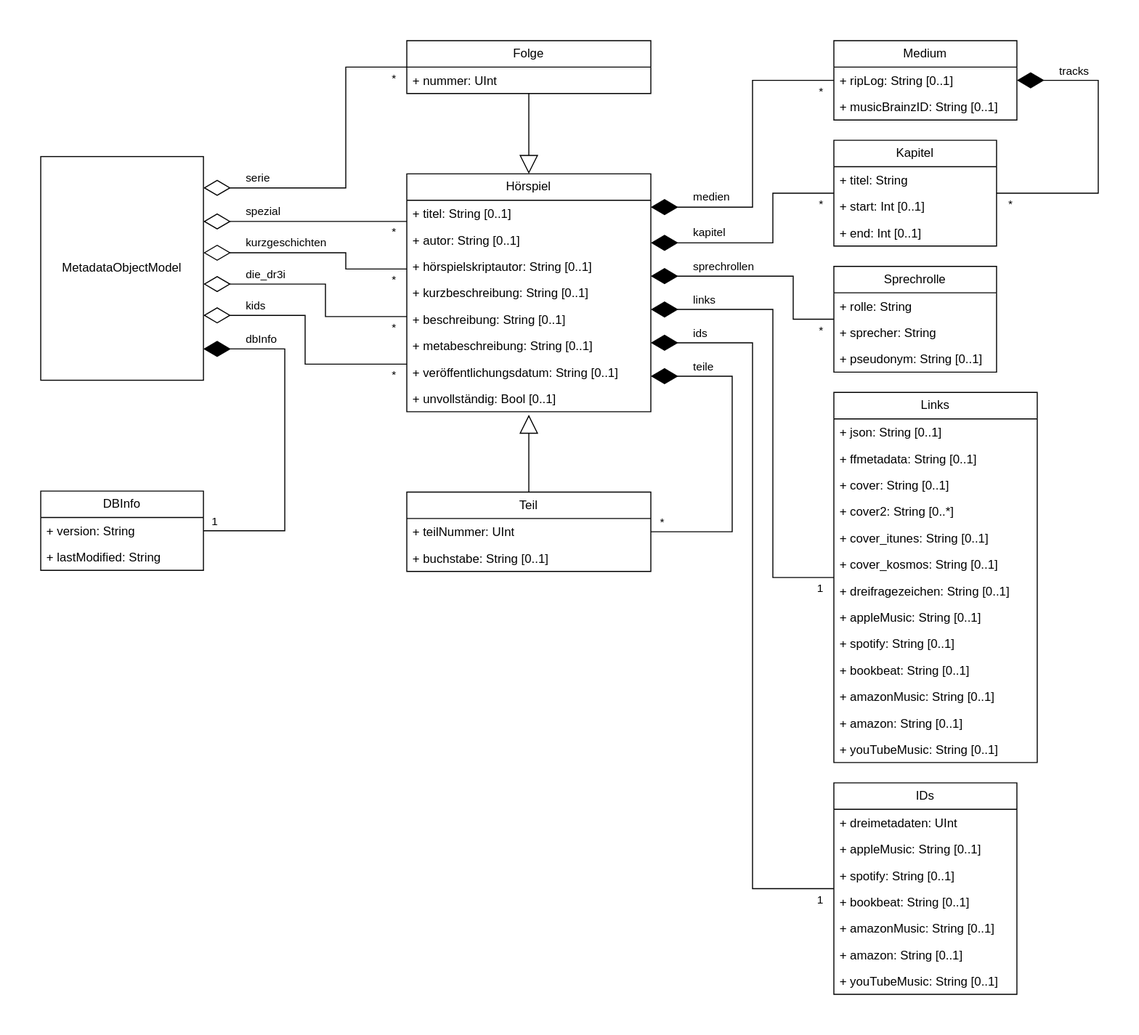
The draw.io diagram model/objectModel.svg in YourMJK/dreimetadaten, before a commit. Source tidied: cells renumbered, new cells last; positions are measured from the earlier drawing's top-left corner, leaving out a move shared by most shapes.
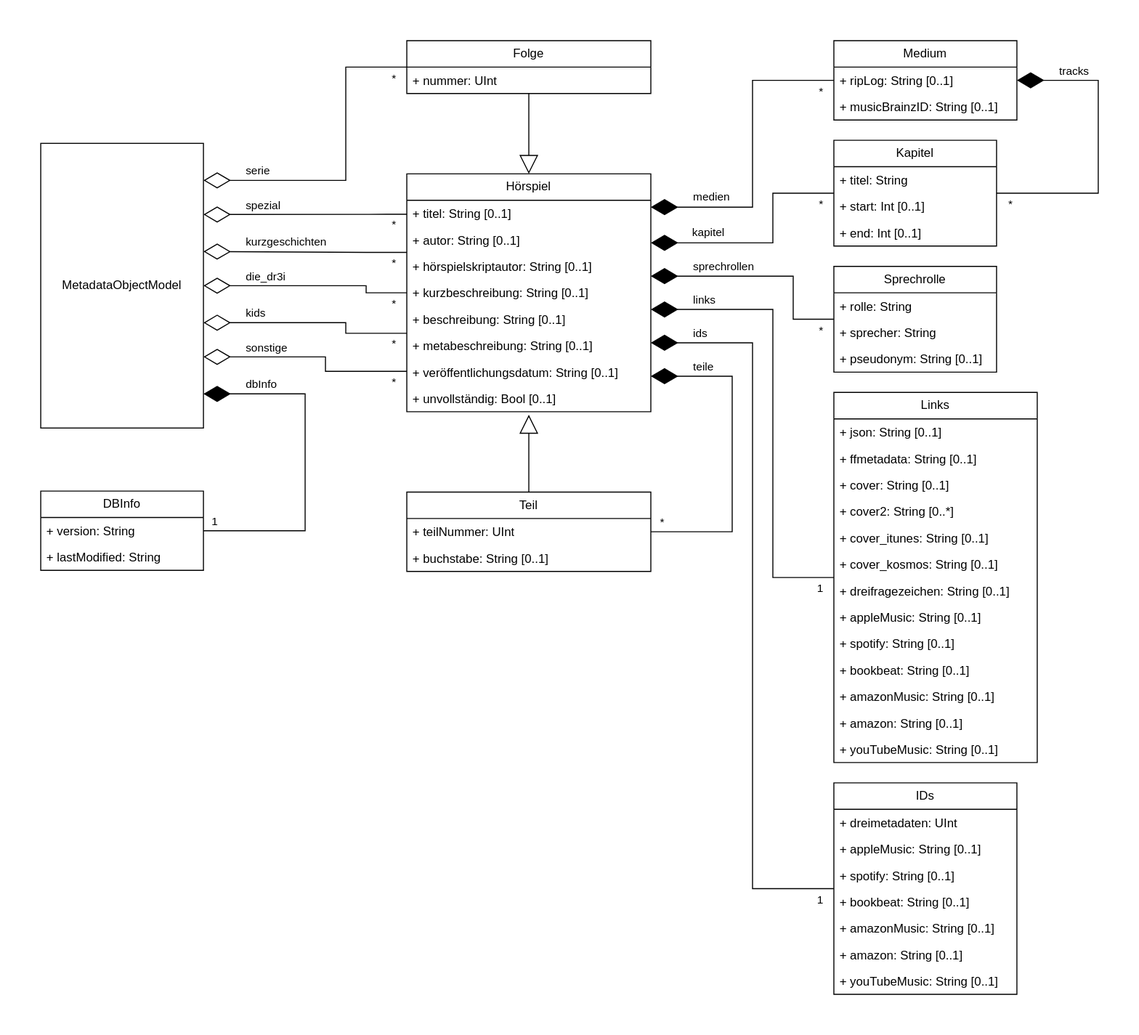
After the commit.

Commit message:
code: Added "sonstige" collection to models

What changed in the source:
```diff
@@ -2,10 +2,10 @@
   <root>
     <mxCell id="0" />
     <mxCell id="1" parent="0" />
-    <mxCell id="2" value="MetadataObjectModel" style="html=1;whiteSpace=wrap;points=[[0,0,0,0,0],[0,0.25,0,0,0],[0,0.5,0,0,0],[0,0.75,0,0,0],[0,1,0,0,0],[0.25,0,0,0,0],[0.25,1,0,0,0],[0.5,0,0,0,0],[0.5,1,0,0,0],[0.75,0,0,0,0],[0.75,1,0,0,0],[1,0,0,0,0],[1,0.14,0,0,0],[1,0.29,0,0,0],[1,0.43,0,0,0],[1,0.57,0,0,0],[1,0.71,0,0,0],[1,0.86,0,0,0],[1,1,0,0,0]];" parent="1" vertex="1">
-      <mxGeometry y="114" width="160" height="220" as="geometry" />
+    <mxCell id="2" value="MetadataObjectModel" style="html=1;whiteSpace=wrap;points=[[0,0,0,0,0],[0,0.25,0,0,0],[0,0.5,0,0,0],[0,0.75,0,0,0],[0,1,0,0,0],[0.25,0,0,0,0],[0.25,1,0,0,0],[0.5,0,0,0,0],[0.5,1,0,0,0],[0.75,0,0,0,0],[0.75,1,0,0,0],[1,0,0,0,0],[1,0.13,0,0,0],[1,0.25,0,0,0],[1,0.38,0,0,0],[1,0.5,0,0,0],[1,0.63,0,0,0],[1,0.75,0,0,0],[1,0.88,0,0,0],[1,1,0,0,0]];" parent="1" vertex="1">
+      <mxGeometry y="101" width="160" height="280" as="geometry" />
     </mxCell>
-    <mxCell id="3" value="Hörspiel" style="swimlane;fontStyle=0;horizontal=1;startSize=26;fillColor=none;whiteSpace=wrap;html=1;points=[[0,0,0,0,0],[0,0.2,0,0,0],[0,0.4,0,0,0],[0,0.6,0,0,0],[0,0.8,0,0,0],[0,1,0,0,0],[0.25,0,0,0,0],[0.25,1,0,0,0],[0.5,0,0,0,0],[0.5,1,0,0,0],[0.75,0,0,0,0],[0.75,1,0,0,0],[1,0,0,0,0],[1,0.14,0,0,0],[1,0.29,0,0,0],[1,0.43,0,0,0],[1,0.57,0,0,0],[1,0.71,0,0,0],[1,0.85,0,0,0],[1,1,0,0,0]];" parent="1" vertex="1">
+    <mxCell id="3" value="Hörspiel" style="swimlane;fontStyle=0;horizontal=1;startSize=26;fillColor=none;whiteSpace=wrap;html=1;points=[[0,0,0,0,0],[0,0.17,0,0,0],[0,0.33,0,0,0],[0,0.5,0,0,0],[0,0.67,0,0,0],[0,0.83,0,0,0],[0,1,0,0,0],[0.25,0,0,0,0],[0.25,1,0,0,0],[0.5,0,0,0,0],[0.5,1,0,0,0],[0.75,0,0,0,0],[0.75,1,0,0,0],[1,0,0,0,0],[1,0.14,0,0,0],[1,0.29,0,0,0],[1,0.43,0,0,0],[1,0.57,0,0,0],[1,0.71,0,0,0],[1,0.85,0,0,0],[1,1,0,0,0]];" parent="1" vertex="1">
       <mxGeometry x="360" y="131" width="240" height="234" as="geometry" />
     </mxCell>
     <mxCell id="4" value="+ titel: String [0..1]" style="text;strokeColor=none;fillColor=none;align=left;verticalAlign=top;spacingLeft=4;spacingRight=4;overflow=hidden;whiteSpace=wrap;html=1;" parent="3" vertex="1">
@@ -41,7 +41,7 @@
     <mxCell id="14" style="endArrow=block;endSize=16;endFill=0;html=1;rounded=0;jumpStyle=none;flowAnimation=0;edgeStyle=elbowEdgeStyle;elbow=vertical;entryX=0.5;entryY=0;entryDx=0;entryDy=0;entryPerimeter=0;" parent="1" edge="1" source="12" target="3">
       <mxGeometry relative="1" as="geometry" />
     </mxCell>
-    <mxCell id="15" style="endArrow=diamondThin;endFill=0;endSize=24;html=1;rounded=0;edgeStyle=elbowEdgeStyle;entryX=1;entryY=0.14;entryDx=0;entryDy=0;entryPerimeter=0;exitX=0;exitY=0.5;exitDx=0;exitDy=0;exitPerimeter=0;" parent="1" edge="1" source="12" target="2">
+    <mxCell id="15" style="endArrow=diamondThin;endFill=0;endSize=24;html=1;rounded=0;edgeStyle=elbowEdgeStyle;exitX=0;exitY=0.5;exitDx=0;exitDy=0;exitPerimeter=0;entryX=1;entryY=0.13;entryDx=0;entryDy=0;entryPerimeter=0;" parent="1" edge="1" source="12" target="2">
       <mxGeometry relative="1" as="geometry">
         <Array as="points">
           <mxPoint x="300" y="100" />
@@ -58,10 +58,10 @@
         <mxPoint x="-10" as="offset" />
       </mxGeometry>
     </mxCell>
-    <mxCell id="18" style="endArrow=diamondThin;endFill=0;endSize=24;html=1;rounded=0;edgeStyle=elbowEdgeStyle;entryX=1;entryY=0.29;entryDx=0;entryDy=0;entryPerimeter=0;exitX=0;exitY=0.2;exitDx=0;exitDy=0;exitPerimeter=0;" parent="1" edge="1" source="3" target="2">
+    <mxCell id="18" style="endArrow=diamondThin;endFill=0;endSize=24;html=1;rounded=0;edgeStyle=elbowEdgeStyle;exitX=0;exitY=0.17;exitDx=0;exitDy=0;exitPerimeter=0;entryX=1;entryY=0.25;entryDx=0;entryDy=0;entryPerimeter=0;" parent="1" edge="1" source="3" target="2">
       <mxGeometry relative="1" as="geometry">
         <Array as="points">
-          <mxPoint x="320" y="197.9" />
+          <mxPoint x="340" y="160" />
         </Array>
       </mxGeometry>
     </mxCell>
@@ -75,10 +75,10 @@
         <mxPoint x="-10" as="offset" />
       </mxGeometry>
     </mxCell>
-    <mxCell id="21" style="endArrow=diamondThin;endFill=0;endSize=24;html=1;rounded=0;edgeStyle=elbowEdgeStyle;entryX=1;entryY=0.43;entryDx=0;entryDy=0;entryPerimeter=0;exitX=0;exitY=0.4;exitDx=0;exitDy=0;exitPerimeter=0;" parent="1" edge="1" source="3" target="2">
+    <mxCell id="21" style="endArrow=diamondThin;endFill=0;endSize=24;html=1;rounded=0;edgeStyle=elbowEdgeStyle;exitX=0;exitY=0.33;exitDx=0;exitDy=0;exitPerimeter=0;entryX=1;entryY=0.38;entryDx=0;entryDy=0;entryPerimeter=0;" parent="1" edge="1" source="3" target="2">
       <mxGeometry relative="1" as="geometry">
         <Array as="points">
-          <mxPoint x="300" y="240" />
+          <mxPoint x="320" y="200" />
         </Array>
       </mxGeometry>
     </mxCell>
@@ -92,10 +92,10 @@
         <mxPoint x="-10" as="offset" />
       </mxGeometry>
     </mxCell>
-    <mxCell id="24" style="endArrow=diamondThin;endFill=0;endSize=24;html=1;rounded=0;entryX=1;entryY=0.57;entryDx=0;entryDy=0;entryPerimeter=0;edgeStyle=elbowEdgeStyle;exitX=0;exitY=0.6;exitDx=0;exitDy=0;exitPerimeter=0;" parent="1" edge="1" source="3" target="2">
+    <mxCell id="24" style="endArrow=diamondThin;endFill=0;endSize=24;html=1;rounded=0;edgeStyle=elbowEdgeStyle;exitX=0;exitY=0.5;exitDx=0;exitDy=0;exitPerimeter=0;entryX=1;entryY=0.5;entryDx=0;entryDy=0;entryPerimeter=0;" parent="1" edge="1" source="3" target="2">
       <mxGeometry relative="1" as="geometry">
         <Array as="points">
-          <mxPoint x="280" y="290" />
+          <mxPoint x="320" y="250" />
         </Array>
       </mxGeometry>
     </mxCell>
@@ -299,10 +299,10 @@
     <mxCell id="73" value="+ youTubeMusic: String [0..1]" style="text;strokeColor=none;fillColor=none;align=left;verticalAlign=top;spacingLeft=4;spacingRight=4;overflow=hidden;whiteSpace=wrap;html=1;" parent="60" vertex="1">
       <mxGeometry y="338" width="200" height="26" as="geometry" />
     </mxCell>
-    <mxCell id="74" style="endArrow=diamondThin;endFill=0;endSize=24;html=1;rounded=0;entryX=1;entryY=0.71;entryDx=0;entryDy=0;entryPerimeter=0;edgeStyle=elbowEdgeStyle;exitX=0;exitY=0.8;exitDx=0;exitDy=0;exitPerimeter=0;" parent="1" edge="1" source="3" target="2">
+    <mxCell id="74" style="endArrow=diamondThin;endFill=0;endSize=24;html=1;rounded=0;edgeStyle=elbowEdgeStyle;exitX=0;exitY=0.67;exitDx=0;exitDy=0;exitPerimeter=0;entryX=1;entryY=0.63;entryDx=0;entryDy=0;entryPerimeter=0;" parent="1" edge="1" source="3" target="2">
       <mxGeometry relative="1" as="geometry">
         <Array as="points">
-          <mxPoint x="260" y="290" />
+          <mxPoint x="300" y="277" />
         </Array>
       </mxGeometry>
     </mxCell>
@@ -366,10 +366,10 @@
     <mxCell id="90" value="+ lastModified: String" style="text;strokeColor=none;fillColor=none;align=left;verticalAlign=top;spacingLeft=4;spacingRight=4;overflow=hidden;whiteSpace=wrap;html=1;" parent="88" vertex="1">
       <mxGeometry y="52" width="160" height="26" as="geometry" />
     </mxCell>
-    <mxCell id="91" style="endArrow=diamondThin;endFill=1;endSize=24;html=1;rounded=0;edgeStyle=elbowEdgeStyle;exitX=1;exitY=0.5;exitDx=0;exitDy=0;entryX=1;entryY=0.86;entryDx=0;entryDy=0;entryPerimeter=0;" parent="1" edge="1" source="89" target="2">
+    <mxCell id="91" style="endArrow=diamondThin;endFill=1;endSize=24;html=1;rounded=0;edgeStyle=elbowEdgeStyle;exitX=1;exitY=0.5;exitDx=0;exitDy=0;entryX=1;entryY=0.88;entryDx=0;entryDy=0;entryPerimeter=0;" parent="1" edge="1" source="89" target="2">
       <mxGeometry relative="1" as="geometry">
         <Array as="points">
-          <mxPoint x="240" y="390" />
+          <mxPoint x="260" y="420" />
         </Array>
       </mxGeometry>
     </mxCell>
@@ -383,5 +383,22 @@
         <mxPoint x="10" y="-10" as="offset" />
       </mxGeometry>
     </mxCell>
+    <mxCell id="94" style="endArrow=diamondThin;endFill=0;endSize=24;html=1;rounded=0;edgeStyle=elbowEdgeStyle;exitX=0;exitY=0.83;exitDx=0;exitDy=0;exitPerimeter=0;entryX=1;entryY=0.75;entryDx=0;entryDy=0;entryPerimeter=0;" parent="1" edge="1" source="3" target="2">
+      <mxGeometry relative="1" as="geometry">
+        <Array as="points">
+          <mxPoint x="280" y="320" />
+        </Array>
+      </mxGeometry>
+    </mxCell>
+    <mxCell id="95" value="sonstige" style="edgeLabel;html=1;align=left;verticalAlign=middle;rotation=0;" parent="94" vertex="1">
+      <mxGeometry x="1" relative="1" as="geometry">
+        <mxPoint x="40" y="-10" as="offset" />
+      </mxGeometry>
+    </mxCell>
+    <mxCell id="96" value="*" style="edgeLabel;html=1;align=right;verticalAlign=middle;" parent="94" vertex="1">
+      <mxGeometry x="-1" y="10" relative="1" as="geometry">
+        <mxPoint x="-10" as="offset" />
+      </mxGeometry>
+    </mxCell>
   </root>
 </mxGraphModel>
```
